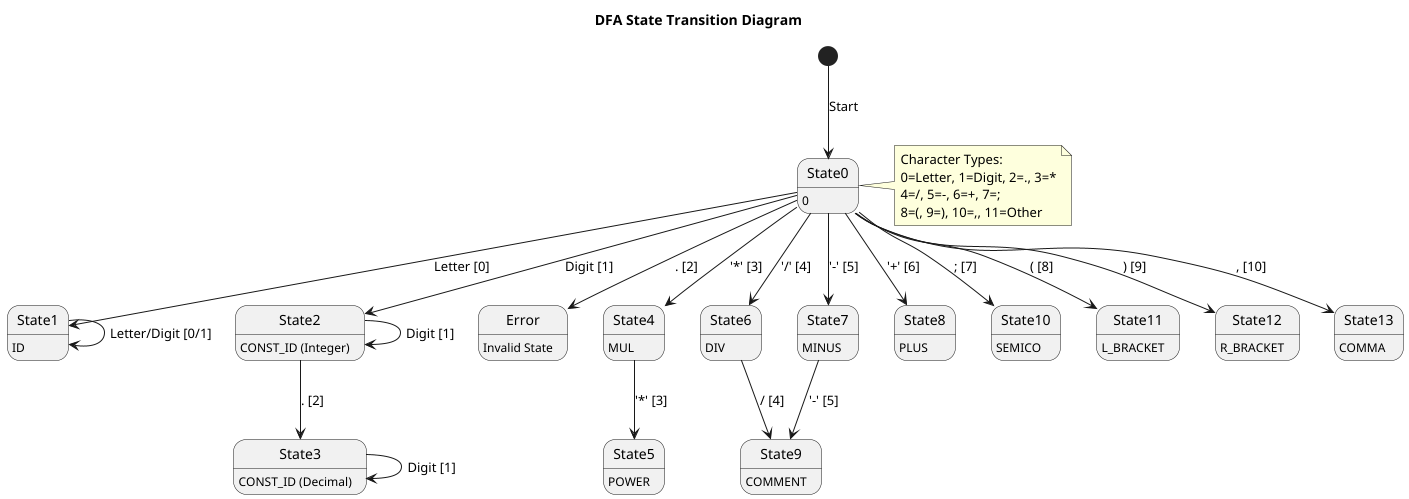
This is doc/2.scanner/TokenDFA_State_Transition_Diagram.png from DawnWAW/DrawLangCompiler, a PlantUML export, as it was before one commit.
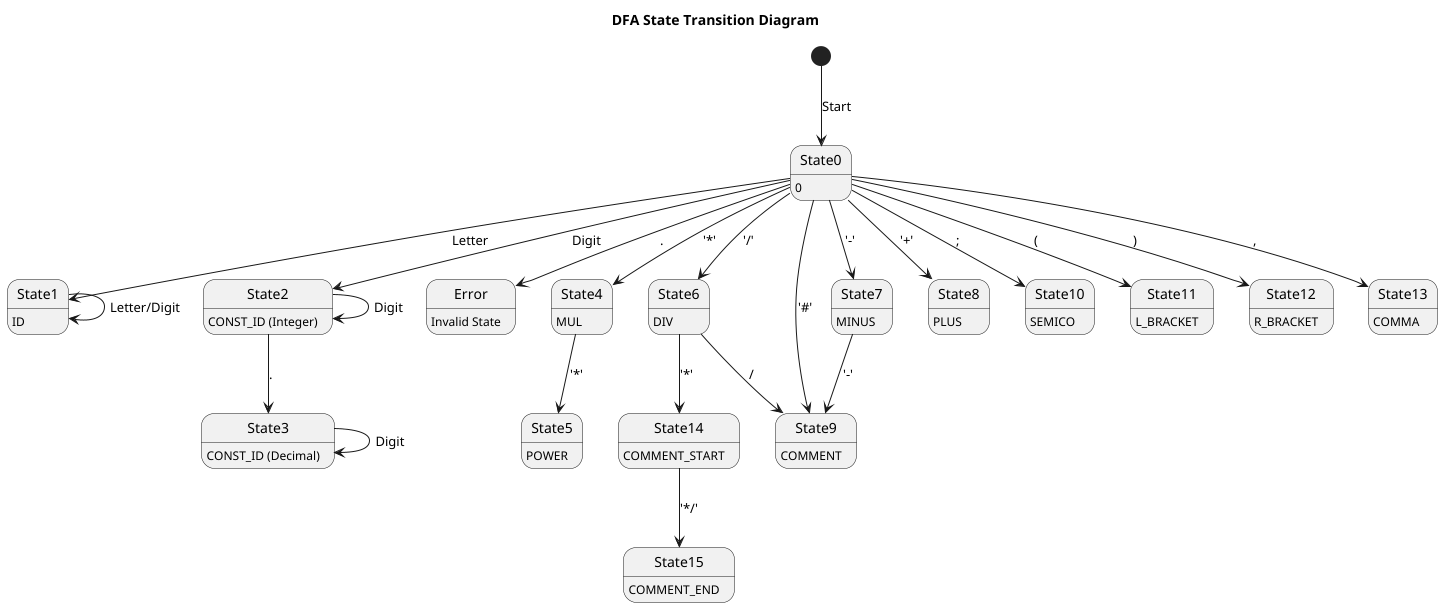
After the change.

Diff of the diagram source:
```diff
@@ -4,38 +4,40 @@
 [*] --> State0 : Start
 
 State0 : 0
-State0 --> State1 : Letter [0]
-State0 --> State2 : Digit [1]
-State0 --> Error : . [2]
-State0 --> State4 : '*' [3]
-State0 --> State6 : '/' [4]
-State0 --> State7 : '-' [5]
-State0 --> State8 : '+' [6]
-State0 --> State10 : ; [7]
-State0 --> State11 : ( [8]
-State0 --> State12 : ) [9]
-State0 --> State13 : , [10]
+State0 --> State1 : Letter
+State0 --> State2 : Digit
+State0 --> Error : .
+State0 --> State4 : '*'
+State0 --> State6 : '/'
+State0 --> State9 : '#'
+State0 --> State7 : '-'
+State0 --> State8 : '+'
+State0 --> State10 : ;
+State0 --> State11 : (
+State0 --> State12 : )
+State0 --> State13 : ,
 
 State1 : ID
-State1 --> State1 : Letter/Digit [0/1]
+State1 --> State1 : Letter/Digit
 
 State2 : CONST_ID (Integer)
-State2 --> State2 : Digit [1]
-State2 --> State3 : . [2]
+State2 --> State2 : Digit
+State2 --> State3 : .
 
 State3 : CONST_ID (Decimal)
-State3 --> State3 : Digit [1]
+State3 --> State3 : Digit
 
 State4 : MUL
-State4 --> State5 : '*' [3]
+State4 --> State5 : '*'
 
 State5 : POWER
 
 State6 : DIV
-State6 --> State9 : / [4]
+State6 --> State9 : /
+State6 --> State14: '*'
 
 State7 : MINUS
-State7 --> State9 : '-' [5]
+State7 --> State9 : '-'
 
 State8 : PLUS
 
@@ -49,12 +51,9 @@
 
 State13 : COMMA
 
-note right of State0
-  Character Types:
-  0=Letter, 1=Digit, 2=., 3=*
-  4=/, 5=-, 6=+, 7=;
-  8=(, 9=), 10=,, 11=Other
-end note
+State14: COMMENT_START
+State15: COMMENT_END
+State14 --> State15: '*/'
 
 Error : Invalid State
 
```
